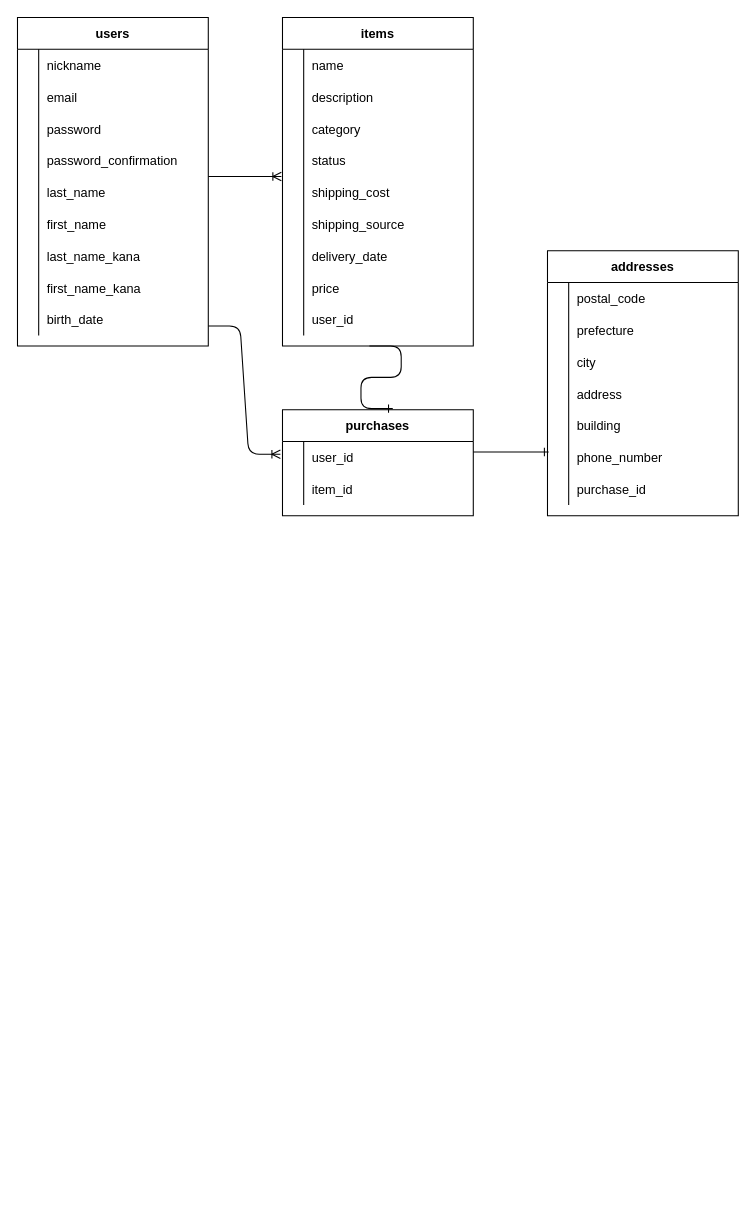
Above: ER.dio in mabe0405/furima-quest (draw.io), before the change. Source tidied: cells renumbered, new cells numbered last; positions are measured from the earlier drawing's top-left corner, leaving out a move shared by most shapes. Both pictures are drawn from the tidied source at 106%, with x=0, y=0 at pixel (17, 17).
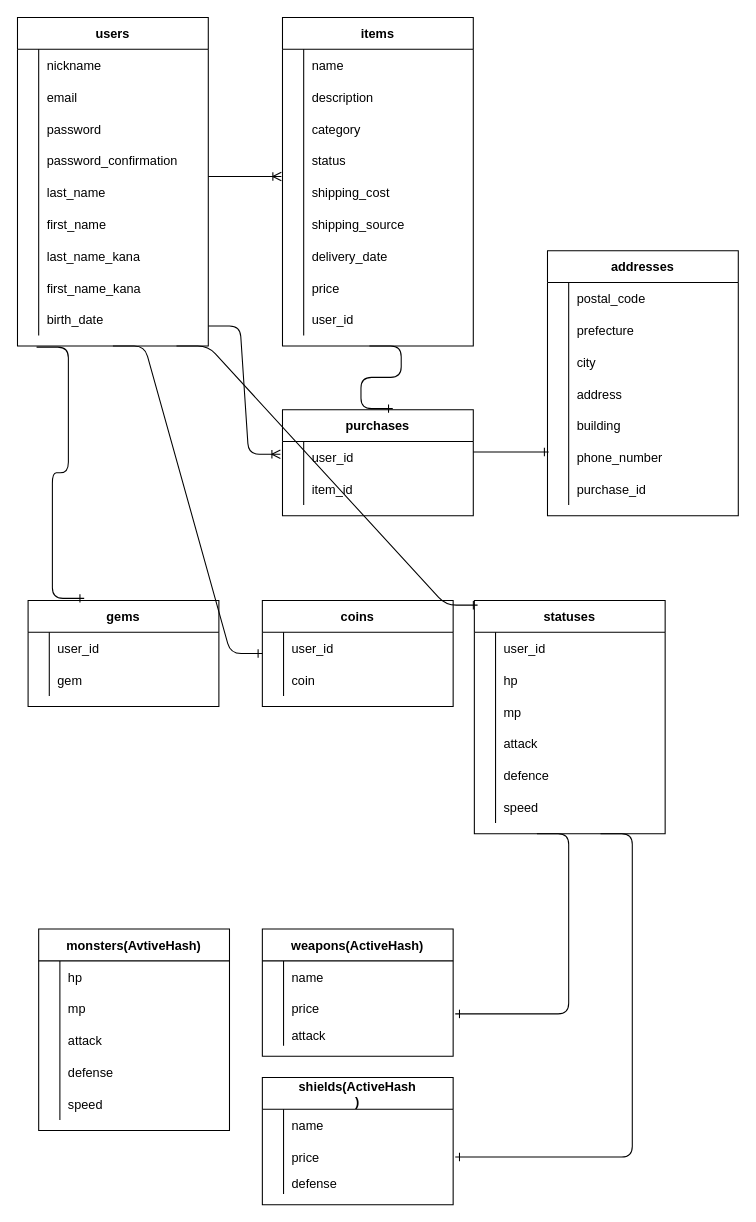
Above is the later version.

Change to the diagram source:
```diff
@@
+    <mxCell id="91" value="gems" style="shape=table;startSize=30;childLayout=tableLayout;rowLines=0;fontStyle=1;align=center;" parent="1" vertex="1">
+      <mxGeometry x="10" y="550" width="180" height="100" as="geometry" />
+    </mxCell>
+    <mxCell id="92" style="shape=partialRectangle;fillColor=none;top=0;left=0;bottom=0;right=0;" parent="91" vertex="1">
+      <mxGeometry y="30" width="180" height="30" as="geometry" />
+    </mxCell>
+    <mxCell id="93" style="shape=partialRectangle;fillColor=none;top=0;left=0;bottom=0;right=0;overflow=hidden;" parent="92" vertex="1">
+      <mxGeometry width="20" height="30" as="geometry" />
+    </mxCell>
+    <mxCell id="94" value="user_id" style="shape=partialRectangle;fillColor=none;top=0;left=0;bottom=0;right=0;align=left;spacingLeft=6;overflow=hidden;" parent="92" vertex="1">
+      <mxGeometry x="20" width="160" height="30" as="geometry" />
+    </mxCell>
+    <mxCell id="95" style="shape=partialRectangle;fillColor=none;top=0;left=0;bottom=0;right=0;" parent="91" vertex="1">
+      <mxGeometry y="60" width="180" height="30" as="geometry" />
+    </mxCell>
+    <mxCell id="96" style="shape=partialRectangle;fillColor=none;top=0;left=0;bottom=0;right=0;overflow=hidden;" parent="95" vertex="1">
+      <mxGeometry width="20" height="30" as="geometry" />
+    </mxCell>
+    <mxCell id="97" value="gem" style="shape=partialRectangle;fillColor=none;top=0;left=0;bottom=0;right=0;align=left;spacingLeft=6;overflow=hidden;" parent="95" vertex="1">
+      <mxGeometry x="20" width="160" height="30" as="geometry" />
+    </mxCell>
+    <mxCell id="98" value="coins" style="shape=table;startSize=30;childLayout=tableLayout;rowLines=0;fontStyle=1;align=center;" parent="1" vertex="1">
+      <mxGeometry x="231" y="550" width="180" height="100" as="geometry" />
+    </mxCell>
+    <mxCell id="99" style="shape=partialRectangle;fillColor=none;top=0;left=0;bottom=0;right=0;" parent="98" vertex="1">
+      <mxGeometry y="30" width="180" height="30" as="geometry" />
+    </mxCell>
+    <mxCell id="100" style="shape=partialRectangle;fillColor=none;top=0;left=0;bottom=0;right=0;overflow=hidden;" parent="99" vertex="1">
+      <mxGeometry width="20" height="30" as="geometry" />
+    </mxCell>
+    <mxCell id="101" value="user_id" style="shape=partialRectangle;fillColor=none;top=0;left=0;bottom=0;right=0;align=left;spacingLeft=6;overflow=hidden;" parent="99" vertex="1">
+      <mxGeometry x="20" width="160" height="30" as="geometry" />
+    </mxCell>
+    <mxCell id="102" style="shape=partialRectangle;fillColor=none;top=0;left=0;bottom=0;right=0;" parent="98" vertex="1">
+      <mxGeometry y="60" width="180" height="30" as="geometry" />
+    </mxCell>
+    <mxCell id="103" style="shape=partialRectangle;fillColor=none;top=0;left=0;bottom=0;right=0;overflow=hidden;" parent="102" vertex="1">
+      <mxGeometry width="20" height="30" as="geometry" />
+    </mxCell>
+    <mxCell id="104" value="coin" style="shape=partialRectangle;fillColor=none;top=0;left=0;bottom=0;right=0;align=left;spacingLeft=6;overflow=hidden;" parent="102" vertex="1">
+      <mxGeometry x="20" width="160" height="30" as="geometry" />
+    </mxCell>
+    <mxCell id="105" value="statuses" style="shape=table;startSize=30;childLayout=tableLayout;rowLines=0;fontStyle=1;align=center;" parent="1" vertex="1">
+      <mxGeometry x="431" y="550" width="180" height="220" as="geometry" />
+    </mxCell>
+    <mxCell id="106" style="shape=partialRectangle;fillColor=none;top=0;left=0;bottom=0;right=0;" parent="105" vertex="1">
+      <mxGeometry y="30" width="180" height="30" as="geometry" />
+    </mxCell>
+    <mxCell id="107" style="shape=partialRectangle;fillColor=none;top=0;left=0;bottom=0;right=0;overflow=hidden;" parent="106" vertex="1">
+      <mxGeometry width="20" height="30" as="geometry" />
+    </mxCell>
+    <mxCell id="108" value="user_id" style="shape=partialRectangle;fillColor=none;top=0;left=0;bottom=0;right=0;align=left;spacingLeft=6;overflow=hidden;" parent="106" vertex="1">
+      <mxGeometry x="20" width="160" height="30" as="geometry" />
+    </mxCell>
+    <mxCell id="109" style="shape=partialRectangle;fillColor=none;top=0;left=0;bottom=0;right=0;" parent="105" vertex="1">
+      <mxGeometry y="60" width="180" height="30" as="geometry" />
+    </mxCell>
+    <mxCell id="110" style="shape=partialRectangle;fillColor=none;top=0;left=0;bottom=0;right=0;overflow=hidden;" parent="109" vertex="1">
+      <mxGeometry width="20" height="30" as="geometry" />
+    </mxCell>
+    <mxCell id="111" value="hp" style="shape=partialRectangle;fillColor=none;top=0;left=0;bottom=0;right=0;align=left;spacingLeft=6;overflow=hidden;" parent="109" vertex="1">
+      <mxGeometry x="20" width="160" height="30" as="geometry" />
+    </mxCell>
+    <mxCell id="112" style="shape=partialRectangle;fillColor=none;top=0;left=0;bottom=0;right=0;" parent="105" vertex="1">
+      <mxGeometry y="90" width="180" height="30" as="geometry" />
+    </mxCell>
+    <mxCell id="113" style="shape=partialRectangle;fillColor=none;top=0;left=0;bottom=0;right=0;overflow=hidden;" parent="112" vertex="1">
+      <mxGeometry width="20" height="30" as="geometry" />
+    </mxCell>
+    <mxCell id="114" value="mp" style="shape=partialRectangle;fillColor=none;top=0;left=0;bottom=0;right=0;align=left;spacingLeft=6;overflow=hidden;" parent="112" vertex="1">
+      <mxGeometry x="20" width="160" height="30" as="geometry" />
+    </mxCell>
+    <mxCell id="115" style="shape=partialRectangle;fillColor=none;top=0;left=0;bottom=0;right=0;" parent="105" vertex="1">
+      <mxGeometry y="120" width="180" height="30" as="geometry" />
+    </mxCell>
+    <mxCell id="116" style="shape=partialRectangle;fillColor=none;top=0;left=0;bottom=0;right=0;overflow=hidden;" parent="115" vertex="1">
+      <mxGeometry width="20" height="30" as="geometry" />
+    </mxCell>
+    <mxCell id="117" value="attack" style="shape=partialRectangle;fillColor=none;top=0;left=0;bottom=0;right=0;align=left;spacingLeft=6;overflow=hidden;" parent="115" vertex="1">
+      <mxGeometry x="20" width="160" height="30" as="geometry" />
+    </mxCell>
+    <mxCell id="118" style="shape=partialRectangle;fillColor=none;top=0;left=0;bottom=0;right=0;" parent="105" vertex="1">
+      <mxGeometry y="150" width="180" height="30" as="geometry" />
+    </mxCell>
+    <mxCell id="119" style="shape=partialRectangle;fillColor=none;top=0;left=0;bottom=0;right=0;overflow=hidden;" parent="118" vertex="1">
+      <mxGeometry width="20" height="30" as="geometry" />
+    </mxCell>
+    <mxCell id="120" value="defence" style="shape=partialRectangle;fillColor=none;top=0;left=0;bottom=0;right=0;align=left;spacingLeft=6;overflow=hidden;" parent="118" vertex="1">
+      <mxGeometry x="20" width="160" height="30" as="geometry" />
+    </mxCell>
+    <mxCell id="121" style="shape=partialRectangle;fillColor=none;top=0;left=0;bottom=0;right=0;" parent="105" vertex="1">
+      <mxGeometry y="180" width="180" height="30" as="geometry" />
+    </mxCell>
+    <mxCell id="122" style="shape=partialRectangle;fillColor=none;top=0;left=0;bottom=0;right=0;overflow=hidden;" parent="121" vertex="1">
+      <mxGeometry width="20" height="30" as="geometry" />
+    </mxCell>
+    <mxCell id="123" value="speed" style="shape=partialRectangle;fillColor=none;top=0;left=0;bottom=0;right=0;align=left;spacingLeft=6;overflow=hidden;" parent="121" vertex="1">
+      <mxGeometry x="20" width="160" height="30" as="geometry" />
+    </mxCell>
+    <mxCell id="124" style="edgeStyle=entityRelationEdgeStyle;fontSize=12;html=1;endArrow=ERone;endFill=1;entryX=0.294;entryY=-0.02;entryDx=0;entryDy=0;entryPerimeter=0;" parent="1" edge="1" target="91">
+      <mxGeometry relative="1" as="geometry">
+        <mxPoint x="18" y="311" as="sourcePoint" />
+      </mxGeometry>
+    </mxCell>
+    <mxCell id="125" style="edgeStyle=entityRelationEdgeStyle;fontSize=12;html=1;endArrow=ERone;endFill=1;" parent="1" edge="1" target="98">
+      <mxGeometry relative="1" as="geometry">
+        <mxPoint x="90" y="310" as="sourcePoint" />
+      </mxGeometry>
+    </mxCell>
+    <mxCell id="126" style="edgeStyle=entityRelationEdgeStyle;fontSize=12;html=1;endArrow=ERone;endFill=1;entryX=0.017;entryY=0.02;entryDx=0;entryDy=0;entryPerimeter=0;" parent="1" edge="1" target="105">
+      <mxGeometry relative="1" as="geometry">
+        <mxPoint x="150" y="310" as="sourcePoint" />
+      </mxGeometry>
+    </mxCell>
+    <mxCell id="127" value="monsters(AvtiveHash)" style="shape=table;startSize=30;childLayout=tableLayout;rowLines=0;fontStyle=1;align=center;" parent="1" vertex="1">
+      <mxGeometry x="20" y="860" width="180" height="190" as="geometry" />
+    </mxCell>
+    <mxCell id="128" style="shape=partialRectangle;fillColor=none;top=0;left=0;bottom=0;right=0;" parent="127" vertex="1">
+      <mxGeometry y="30" width="180" height="30" as="geometry" />
+    </mxCell>
+    <mxCell id="129" style="shape=partialRectangle;fillColor=none;top=0;left=0;bottom=0;right=0;overflow=hidden;" parent="128" vertex="1">
+      <mxGeometry width="20" height="30" as="geometry" />
+    </mxCell>
+    <mxCell id="130" value="hp" style="shape=partialRectangle;fillColor=none;top=0;left=0;bottom=0;right=0;align=left;spacingLeft=6;overflow=hidden;" parent="128" vertex="1">
+      <mxGeometry x="20" width="160" height="30" as="geometry" />
+    </mxCell>
+    <mxCell id="131" style="shape=partialRectangle;fillColor=none;top=0;left=0;bottom=0;right=0;" parent="127" vertex="1">
+      <mxGeometry y="60" width="180" height="30" as="geometry" />
+    </mxCell>
+    <mxCell id="132" style="shape=partialRectangle;fillColor=none;top=0;left=0;bottom=0;right=0;overflow=hidden;" parent="131" vertex="1">
+      <mxGeometry width="20" height="30" as="geometry" />
+    </mxCell>
+    <mxCell id="133" value="mp" style="shape=partialRectangle;fillColor=none;top=0;left=0;bottom=0;right=0;align=left;spacingLeft=6;overflow=hidden;" parent="131" vertex="1">
+      <mxGeometry x="20" width="160" height="30" as="geometry" />
+    </mxCell>
+    <mxCell id="134" style="shape=partialRectangle;fillColor=none;top=0;left=0;bottom=0;right=0;" parent="127" vertex="1">
+      <mxGeometry y="90" width="180" height="30" as="geometry" />
+    </mxCell>
+    <mxCell id="135" style="shape=partialRectangle;fillColor=none;top=0;left=0;bottom=0;right=0;overflow=hidden;" parent="134" vertex="1">
+      <mxGeometry width="20" height="30" as="geometry" />
+    </mxCell>
+    <mxCell id="136" value="attack" style="shape=partialRectangle;fillColor=none;top=0;left=0;bottom=0;right=0;align=left;spacingLeft=6;overflow=hidden;" parent="134" vertex="1">
+      <mxGeometry x="20" width="160" height="30" as="geometry" />
+    </mxCell>
+    <mxCell id="137" style="shape=partialRectangle;fillColor=none;top=0;left=0;bottom=0;right=0;" parent="127" vertex="1">
+      <mxGeometry y="120" width="180" height="30" as="geometry" />
+    </mxCell>
+    <mxCell id="138" style="shape=partialRectangle;fillColor=none;top=0;left=0;bottom=0;right=0;overflow=hidden;" parent="137" vertex="1">
+      <mxGeometry width="20" height="30" as="geometry" />
+    </mxCell>
+    <mxCell id="139" value="defense" style="shape=partialRectangle;fillColor=none;top=0;left=0;bottom=0;right=0;align=left;spacingLeft=6;overflow=hidden;" parent="137" vertex="1">
+      <mxGeometry x="20" width="160" height="30" as="geometry" />
+    </mxCell>
+    <mxCell id="140" style="shape=partialRectangle;fillColor=none;top=0;left=0;bottom=0;right=0;" parent="127" vertex="1">
+      <mxGeometry y="150" width="180" height="30" as="geometry" />
+    </mxCell>
+    <mxCell id="141" style="shape=partialRectangle;fillColor=none;top=0;left=0;bottom=0;right=0;overflow=hidden;" parent="140" vertex="1">
+      <mxGeometry width="20" height="30" as="geometry" />
+    </mxCell>
+    <mxCell id="142" value="speed" style="shape=partialRectangle;fillColor=none;top=0;left=0;bottom=0;right=0;align=left;spacingLeft=6;overflow=hidden;" parent="140" vertex="1">
+      <mxGeometry x="20" width="160" height="30" as="geometry" />
+    </mxCell>
+    <mxCell id="143" value="weapons(ActiveHash)" style="shape=table;startSize=30;childLayout=tableLayout;rowLines=0;fontStyle=1;align=center;" parent="1" vertex="1">
+      <mxGeometry x="231" y="860" width="180" height="120" as="geometry" />
+    </mxCell>
+    <mxCell id="144" style="shape=partialRectangle;fillColor=none;top=0;left=0;bottom=0;right=0;" parent="143" vertex="1">
+      <mxGeometry y="30" width="180" height="30" as="geometry" />
+    </mxCell>
+    <mxCell id="145" style="shape=partialRectangle;fillColor=none;top=0;left=0;bottom=0;right=0;overflow=hidden;" parent="144" vertex="1">
+      <mxGeometry width="20" height="30" as="geometry" />
+    </mxCell>
+    <mxCell id="146" value="name" style="shape=partialRectangle;fillColor=none;top=0;left=0;bottom=0;right=0;align=left;spacingLeft=6;overflow=hidden;" parent="144" vertex="1">
+      <mxGeometry x="20" width="160" height="30" as="geometry" />
+    </mxCell>
+    <mxCell id="147" style="shape=partialRectangle;fillColor=none;top=0;left=0;bottom=0;right=0;points=[[0,0.5],[1,0.5]];portConstraint=eastwest;" parent="143" vertex="1">
+      <mxGeometry y="60" width="180" height="30" as="geometry" />
+    </mxCell>
+    <mxCell id="148" style="shape=partialRectangle;fillColor=none;top=0;left=0;bottom=0;right=0;overflow=hidden;" parent="147" vertex="1">
+      <mxGeometry width="20" height="30" as="geometry" />
+    </mxCell>
+    <mxCell id="149" value="price" style="shape=partialRectangle;fillColor=none;top=0;left=0;bottom=0;right=0;align=left;spacingLeft=6;overflow=hidden;" parent="147" vertex="1">
+      <mxGeometry x="20" width="160" height="30" as="geometry" />
+    </mxCell>
+    <mxCell id="150" style="shape=partialRectangle;fillColor=none;top=0;left=0;bottom=0;right=0;" parent="143" vertex="1">
+      <mxGeometry y="90" width="180" height="20" as="geometry" />
+    </mxCell>
+    <mxCell id="151" style="shape=partialRectangle;fillColor=none;top=0;left=0;bottom=0;right=0;overflow=hidden;" parent="150" vertex="1">
+      <mxGeometry width="20" height="20" as="geometry" />
+    </mxCell>
+    <mxCell id="152" value="attack" style="shape=partialRectangle;fillColor=none;top=0;left=0;bottom=0;right=0;align=left;spacingLeft=6;overflow=hidden;" parent="150" vertex="1">
+      <mxGeometry x="20" width="160" height="20" as="geometry" />
+    </mxCell>
+    <mxCell id="153" value="shields(ActiveHash&#10;)" style="shape=table;startSize=30;childLayout=tableLayout;rowLines=0;fontStyle=1;align=center;" parent="1" vertex="1">
+      <mxGeometry x="231" y="1000" width="180" height="120" as="geometry" />
+    </mxCell>
+    <mxCell id="154" style="shape=partialRectangle;fillColor=none;top=0;left=0;bottom=0;right=0;" parent="153" vertex="1">
+      <mxGeometry y="30" width="180" height="30" as="geometry" />
+    </mxCell>
+    <mxCell id="155" style="shape=partialRectangle;fillColor=none;top=0;left=0;bottom=0;right=0;overflow=hidden;" parent="154" vertex="1">
+      <mxGeometry width="20" height="30" as="geometry" />
+    </mxCell>
+    <mxCell id="156" value="name" style="shape=partialRectangle;fillColor=none;top=0;left=0;bottom=0;right=0;align=left;spacingLeft=6;overflow=hidden;" parent="154" vertex="1">
+      <mxGeometry x="20" width="160" height="30" as="geometry" />
+    </mxCell>
+    <mxCell id="157" style="shape=partialRectangle;fillColor=none;top=0;left=0;bottom=0;right=0;points=[[0,0.5],[1,0.5]];portConstraint=eastwest;" parent="153" vertex="1">
+      <mxGeometry y="60" width="180" height="30" as="geometry" />
+    </mxCell>
+    <mxCell id="158" style="shape=partialRectangle;fillColor=none;top=0;left=0;bottom=0;right=0;overflow=hidden;" parent="157" vertex="1">
+      <mxGeometry width="20" height="30" as="geometry" />
+    </mxCell>
+    <mxCell id="159" value="price" style="shape=partialRectangle;fillColor=none;top=0;left=0;bottom=0;right=0;align=left;spacingLeft=6;overflow=hidden;" parent="157" vertex="1">
+      <mxGeometry x="20" width="160" height="30" as="geometry" />
+    </mxCell>
+    <mxCell id="160" style="shape=partialRectangle;fillColor=none;top=0;left=0;bottom=0;right=0;" parent="153" vertex="1">
+      <mxGeometry y="90" width="180" height="20" as="geometry" />
+    </mxCell>
+    <mxCell id="161" style="shape=partialRectangle;fillColor=none;top=0;left=0;bottom=0;right=0;overflow=hidden;" parent="160" vertex="1">
+      <mxGeometry width="20" height="20" as="geometry" />
+    </mxCell>
+    <mxCell id="162" value="defense" style="shape=partialRectangle;fillColor=none;top=0;left=0;bottom=0;right=0;align=left;spacingLeft=6;overflow=hidden;" parent="160" vertex="1">
+      <mxGeometry x="20" width="160" height="20" as="geometry" />
+    </mxCell>
+    <mxCell id="163" style="edgeStyle=entityRelationEdgeStyle;fontSize=12;html=1;endArrow=ERone;endFill=1;entryX=1.011;entryY=0.667;entryDx=0;entryDy=0;entryPerimeter=0;" parent="1" edge="1" target="147">
+      <mxGeometry relative="1" as="geometry">
+        <mxPoint x="490" y="770" as="sourcePoint" />
+      </mxGeometry>
+    </mxCell>
+    <mxCell id="164" style="edgeStyle=entityRelationEdgeStyle;fontSize=12;html=1;endArrow=ERone;endFill=1;entryX=1.011;entryY=0.5;entryDx=0;entryDy=0;entryPerimeter=0;" parent="1" edge="1" target="157">
+      <mxGeometry relative="1" as="geometry">
+        <mxPoint x="550" y="770" as="sourcePoint" />
+      </mxGeometry>
+    </mxCell>
```
